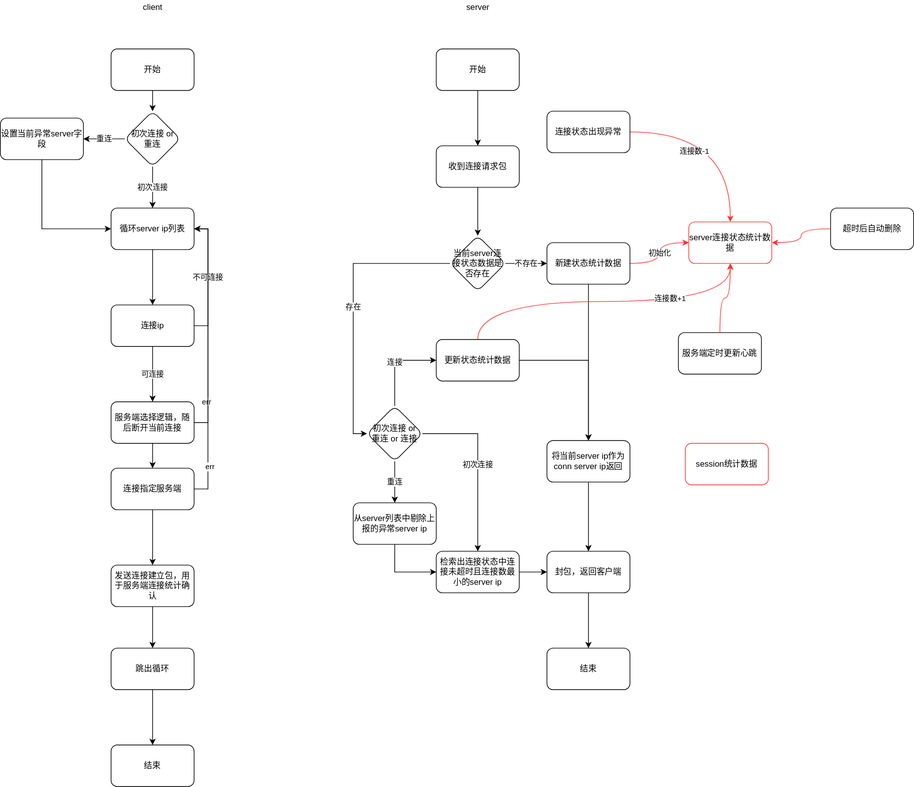
c17abab/diag_pics keeps this draw.io diagram as tc_客户端连接服务端逻辑图.svg. Above is the earlier version. Source tidied: cells renumbered, new cells last; positions are measured from the earlier drawing's top-left corner, leaving out a move shared by most shapes.
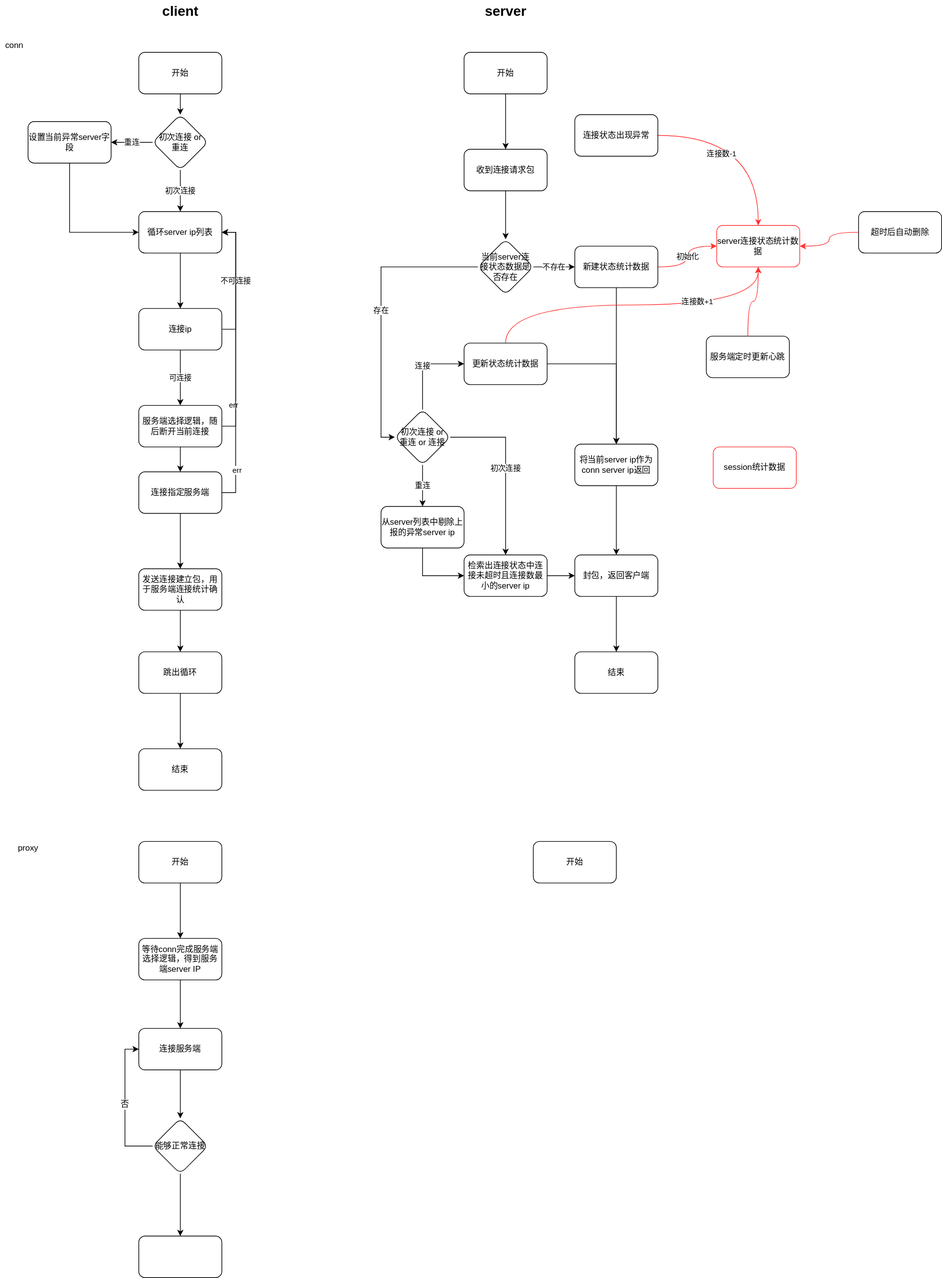
Later version of the same file.

Commit message:
更新tc_客户端连接服务端逻辑图.svg

Change to the diagram source:
```diff
@@ -87,8 +87,8 @@
     <mxCell id="23" value="设置当前异常server字段" style="whiteSpace=wrap;html=1;rounded=1;" parent="1" vertex="1">
       <mxGeometry y="170" width="120" height="60" as="geometry" />
     </mxCell>
-    <mxCell id="24" value="client" style="text;html=1;align=center;verticalAlign=middle;fillColor=none;strokeColor=none;rounded=0;" parent="1" vertex="1">
-      <mxGeometry x="200" width="40" height="20" as="geometry" />
+    <mxCell id="24" value="client" style="text;html=1;align=center;verticalAlign=middle;fillColor=none;strokeColor=none;rounded=0;fontStyle=1;fontSize=20;" parent="1" vertex="1">
+      <mxGeometry x="185" y="-5" width="70" height="30" as="geometry" />
     </mxCell>
     <mxCell id="25" style="edgeStyle=orthogonalEdgeStyle;rounded=0;jettySize=auto;html=1;" parent="1" edge="1" source="26" target="29">
       <mxGeometry relative="1" as="geometry" />
@@ -96,8 +96,8 @@
     <mxCell id="26" value="开始" style="rounded=1;whiteSpace=wrap;html=1;" parent="1" vertex="1">
       <mxGeometry x="630" y="70" width="120" height="60" as="geometry" />
     </mxCell>
-    <mxCell id="27" value="server" style="text;html=1;align=center;verticalAlign=middle;fillColor=none;strokeColor=none;rounded=0;" parent="1" vertex="1">
-      <mxGeometry x="665" width="50" height="20" as="geometry" />
+    <mxCell id="27" value="server" style="text;html=1;align=center;verticalAlign=middle;fillColor=none;strokeColor=none;rounded=0;fontStyle=1;fontSize=20;" parent="1" vertex="1">
+      <mxGeometry x="650" y="-5" width="80" height="30" as="geometry" />
     </mxCell>
     <mxCell id="28" style="edgeStyle=orthogonalEdgeStyle;rounded=0;jettySize=auto;html=1;entryX=0.5;entryY=0;entryDx=0;entryDy=0;" parent="1" edge="1" source="29" target="38">
       <mxGeometry relative="1" as="geometry" />
@@ -218,5 +218,49 @@
     <mxCell id="64" value="session统计数据" style="whiteSpace=wrap;html=1;rounded=1;strokeColor=#FF3333;" parent="1" vertex="1">
       <mxGeometry x="990" y="640" width="120" height="60" as="geometry" />
     </mxCell>
+    <mxCell id="65" style="edgeStyle=orthogonalEdgeStyle;curved=1;rounded=0;jettySize=auto;html=1;strokeColor=#000000;fontSize=20;" parent="1" edge="1" source="66" target="76">
+      <mxGeometry relative="1" as="geometry" />
+    </mxCell>
+    <mxCell id="66" value="开始" style="whiteSpace=wrap;html=1;rounded=1;" parent="1" vertex="1">
+      <mxGeometry x="160" y="1210" width="120" height="60" as="geometry" />
+    </mxCell>
+    <mxCell id="67" value="conn" style="text;html=1;align=center;verticalAlign=middle;fillColor=none;strokeColor=none;rounded=0;" parent="1" vertex="1">
+      <mxGeometry x="-40" y="50" width="40" height="20" as="geometry" />
+    </mxCell>
+    <mxCell id="68" value="proxy" style="text;html=1;align=center;verticalAlign=middle;fillColor=none;strokeColor=none;rounded=0;" parent="1" vertex="1">
+      <mxGeometry x="-25" y="1210" width="50" height="20" as="geometry" />
+    </mxCell>
+    <mxCell id="69" value="开始" style="whiteSpace=wrap;html=1;rounded=1;" parent="1" vertex="1">
+      <mxGeometry x="730" y="1210" width="120" height="60" as="geometry" />
+    </mxCell>
+    <mxCell id="70" style="edgeStyle=orthogonalEdgeStyle;curved=1;rounded=0;jettySize=auto;html=1;strokeColor=#000000;fontSize=20;" parent="1" edge="1" source="71" target="74">
+      <mxGeometry relative="1" as="geometry" />
+    </mxCell>
+    <mxCell id="71" value="连接服务端" style="whiteSpace=wrap;html=1;rounded=1;" parent="1" vertex="1">
+      <mxGeometry x="160" y="1480" width="120" height="60" as="geometry" />
+    </mxCell>
+    <mxCell id="72" style="edgeStyle=orthogonalEdgeStyle;curved=1;rounded=0;jettySize=auto;html=1;strokeColor=#000000;fontSize=20;" parent="1" edge="1" source="74" target="77">
+      <mxGeometry relative="1" as="geometry" />
+    </mxCell>
+    <mxCell id="73" value="否" style="edgeStyle=orthogonalEdgeStyle;rounded=0;jettySize=auto;html=1;entryX=0;entryY=0.5;entryDx=0;entryDy=0;strokeColor=#000000;fontSize=12;" parent="1" edge="1" source="74" target="71">
+      <mxGeometry relative="1" as="geometry">
+        <Array as="points">
+          <mxPoint x="140" y="1650" />
+          <mxPoint x="140" y="1510" />
+        </Array>
+      </mxGeometry>
+    </mxCell>
+    <mxCell id="74" value="能够正常连接" style="rhombus;whiteSpace=wrap;html=1;rounded=1;" parent="1" vertex="1">
+      <mxGeometry x="180" y="1610" width="80" height="80" as="geometry" />
+    </mxCell>
+    <mxCell id="75" style="edgeStyle=orthogonalEdgeStyle;curved=1;rounded=0;jettySize=auto;html=1;strokeColor=#000000;fontSize=20;" parent="1" edge="1" source="76" target="71">
+      <mxGeometry relative="1" as="geometry" />
+    </mxCell>
+    <mxCell id="76" value="等待conn完成服务端选择逻辑，得到服务端server IP" style="whiteSpace=wrap;html=1;rounded=1;" parent="1" vertex="1">
+      <mxGeometry x="160" y="1350" width="120" height="60" as="geometry" />
+    </mxCell>
+    <mxCell id="77" style="whiteSpace=wrap;html=1;rounded=1;" parent="1" vertex="1">
+      <mxGeometry x="160" y="1780" width="120" height="60" as="geometry" />
+    </mxCell>
   </root>
 </mxGraphModel>
```
